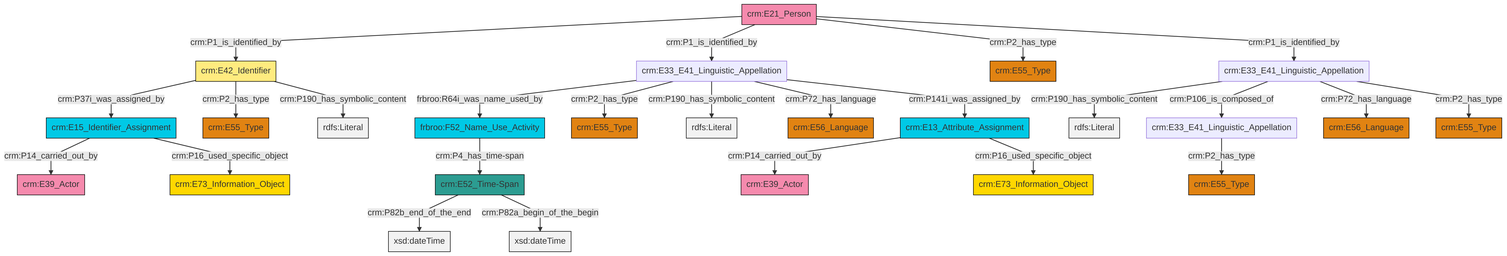
Before: et/personCSV/ttl/mmd/png/Person_Names_and_Classification.png, a diagram exported from Mermaid (swiss-art-research-net/docs.swissartresearch). Its source is kept beside it as et/personCSV/ttl/mmd/Person_Names_and_Classification.ttl.mmd.
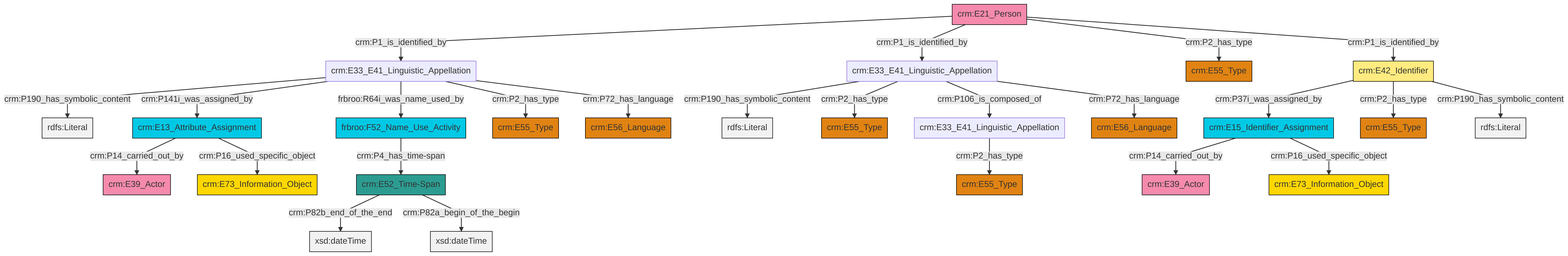
After the change.

What changed in the source:
```diff
@@ -13,27 +13,27 @@
 classDef PC_Classes fill:#4ce600, stroke:#000000;
 classDef Multi fill:#cccccc,stroke:#000000;
 
-2["crm:E21_Person"]:::Actor -->|crm:P1_is_identified_by| 3["crm:E42_Identifier"]:::Appellation
-0["crm:E33_E41_Linguistic_Appellation"]:::Default -->|crm:P190_has_symbolic_content| 4[rdfs:Literal]:::Literal
-5["frbroo:F52_Name_Use_Activity"]:::Temporal_Entity -->|crm:P4_has_time-span| 6["crm:E52_Time-Span"]:::Time-Span
-7["crm:E33_E41_Linguistic_Appellation"]:::Default -->|frbroo:R64i_was_name_used_by| 5["frbroo:F52_Name_Use_Activity"]:::Temporal_Entity
-7["crm:E33_E41_Linguistic_Appellation"]:::Default -->|crm:P2_has_type| 8["crm:E55_Type"]:::Type
-0["crm:E33_E41_Linguistic_Appellation"]:::Default -->|crm:P106_is_composed_of| 13["crm:E33_E41_Linguistic_Appellation"]:::Default
-13["crm:E33_E41_Linguistic_Appellation"]:::Default -->|crm:P2_has_type| 16["crm:E55_Type"]:::Type
-17["crm:E15_Identifier_Assignment"]:::Temporal_Entity -->|crm:P14_carried_out_by| 18["crm:E39_Actor"]:::Actor
-2["crm:E21_Person"]:::Actor -->|crm:P1_is_identified_by| 7["crm:E33_E41_Linguistic_Appellation"]:::Default
-2["crm:E21_Person"]:::Actor -->|crm:P2_has_type| 20["crm:E55_Type"]:::Type
-22["crm:E13_Attribute_Assignment"]:::Temporal_Entity -->|crm:P14_carried_out_by| 23["crm:E39_Actor"]:::Actor
-0["crm:E33_E41_Linguistic_Appellation"]:::Default -->|crm:P72_has_language| 25["crm:E56_Language"]:::Type
-0["crm:E33_E41_Linguistic_Appellation"]:::Default -->|crm:P2_has_type| 11["crm:E55_Type"]:::Type
-6["crm:E52_Time-Span"]:::Time-Span -->|crm:P82b_end_of_the_end| 33[xsd:dateTime]:::Literal
-3["crm:E42_Identifier"]:::Appellation -->|crm:P37i_was_assigned_by| 17["crm:E15_Identifier_Assignment"]:::Temporal_Entity
-3["crm:E42_Identifier"]:::Appellation -->|crm:P2_has_type| 26["crm:E55_Type"]:::Type
-7["crm:E33_E41_Linguistic_Appellation"]:::Default -->|crm:P190_has_symbolic_content| 35[rdfs:Literal]:::Literal
-7["crm:E33_E41_Linguistic_Appellation"]:::Default -->|crm:P72_has_language| 36["crm:E56_Language"]:::Type
-2["crm:E21_Person"]:::Actor -->|crm:P1_is_identified_by| 0["crm:E33_E41_Linguistic_Appellation"]:::Default
-6["crm:E52_Time-Span"]:::Time-Span -->|crm:P82a_begin_of_the_begin| 37[xsd:dateTime]:::Literal
-3["crm:E42_Identifier"]:::Appellation -->|crm:P190_has_symbolic_content| 38[rdfs:Literal]:::Literal
-22["crm:E13_Attribute_Assignment"]:::Temporal_Entity -->|crm:P16_used_specific_object| 14["crm:E73_Information_Object"]:::Conceptual_Object
-17["crm:E15_Identifier_Assignment"]:::Temporal_Entity -->|crm:P16_used_specific_object| 41["crm:E73_Information_Object"]:::Conceptual_Object
-7["crm:E33_E41_Linguistic_Appellation"]:::Default -->|crm:P141i_was_assigned_by| 22["crm:E13_Attribute_Assignment"]:::Temporal_Entity
+2["crm:E21_Person"]:::Actor -->|crm:P1_is_identified_by| 3["crm:E33_E41_Linguistic_Appellation"]:::Default
+4["crm:E33_E41_Linguistic_Appellation"]:::Default -->|crm:P190_has_symbolic_content| 5[rdfs:Literal]:::Literal
+2["crm:E21_Person"]:::Actor -->|crm:P1_is_identified_by| 4["crm:E33_E41_Linguistic_Appellation"]:::Default
+11["crm:E33_E41_Linguistic_Appellation"]:::Default -->|crm:P2_has_type| 12["crm:E55_Type"]:::Type
+13["crm:E52_Time-Span"]:::Time-Span -->|crm:P82b_end_of_the_end| 14[xsd:dateTime]:::Literal
+3["crm:E33_E41_Linguistic_Appellation"]:::Default -->|crm:P190_has_symbolic_content| 15[rdfs:Literal]:::Literal
+4["crm:E33_E41_Linguistic_Appellation"]:::Default -->|crm:P2_has_type| 8["crm:E55_Type"]:::Type
+18["crm:E42_Identifier"]:::Appellation -->|crm:P37i_was_assigned_by| 19["crm:E15_Identifier_Assignment"]:::Temporal_Entity
+4["crm:E33_E41_Linguistic_Appellation"]:::Default -->|crm:P106_is_composed_of| 11["crm:E33_E41_Linguistic_Appellation"]:::Default
+3["crm:E33_E41_Linguistic_Appellation"]:::Default -->|crm:P141i_was_assigned_by| 0["crm:E13_Attribute_Assignment"]:::Temporal_Entity
+3["crm:E33_E41_Linguistic_Appellation"]:::Default -->|frbroo:R64i_was_name_used_by| 6["frbroo:F52_Name_Use_Activity"]:::Temporal_Entity
+18["crm:E42_Identifier"]:::Appellation -->|crm:P2_has_type| 26["crm:E55_Type"]:::Type
+4["crm:E33_E41_Linguistic_Appellation"]:::Default -->|crm:P72_has_language| 28["crm:E56_Language"]:::Type
+13["crm:E52_Time-Span"]:::Time-Span -->|crm:P82a_begin_of_the_begin| 29[xsd:dateTime]:::Literal
+0["crm:E13_Attribute_Assignment"]:::Temporal_Entity -->|crm:P14_carried_out_by| 30["crm:E39_Actor"]:::Actor
+19["crm:E15_Identifier_Assignment"]:::Temporal_Entity -->|crm:P14_carried_out_by| 23["crm:E39_Actor"]:::Actor
+3["crm:E33_E41_Linguistic_Appellation"]:::Default -->|crm:P2_has_type| 35["crm:E55_Type"]:::Type
+19["crm:E15_Identifier_Assignment"]:::Temporal_Entity -->|crm:P16_used_specific_object| 20["crm:E73_Information_Object"]:::Conceptual_Object
+0["crm:E13_Attribute_Assignment"]:::Temporal_Entity -->|crm:P16_used_specific_object| 32["crm:E73_Information_Object"]:::Conceptual_Object
+6["frbroo:F52_Name_Use_Activity"]:::Temporal_Entity -->|crm:P4_has_time-span| 13["crm:E52_Time-Span"]:::Time-Span
+3["crm:E33_E41_Linguistic_Appellation"]:::Default -->|crm:P72_has_language| 38["crm:E56_Language"]:::Type
+2["crm:E21_Person"]:::Actor -->|crm:P2_has_type| 16["crm:E55_Type"]:::Type
+2["crm:E21_Person"]:::Actor -->|crm:P1_is_identified_by| 18["crm:E42_Identifier"]:::Appellation
+18["crm:E42_Identifier"]:::Appellation -->|crm:P190_has_symbolic_content| 45[rdfs:Literal]:::Literal
```
